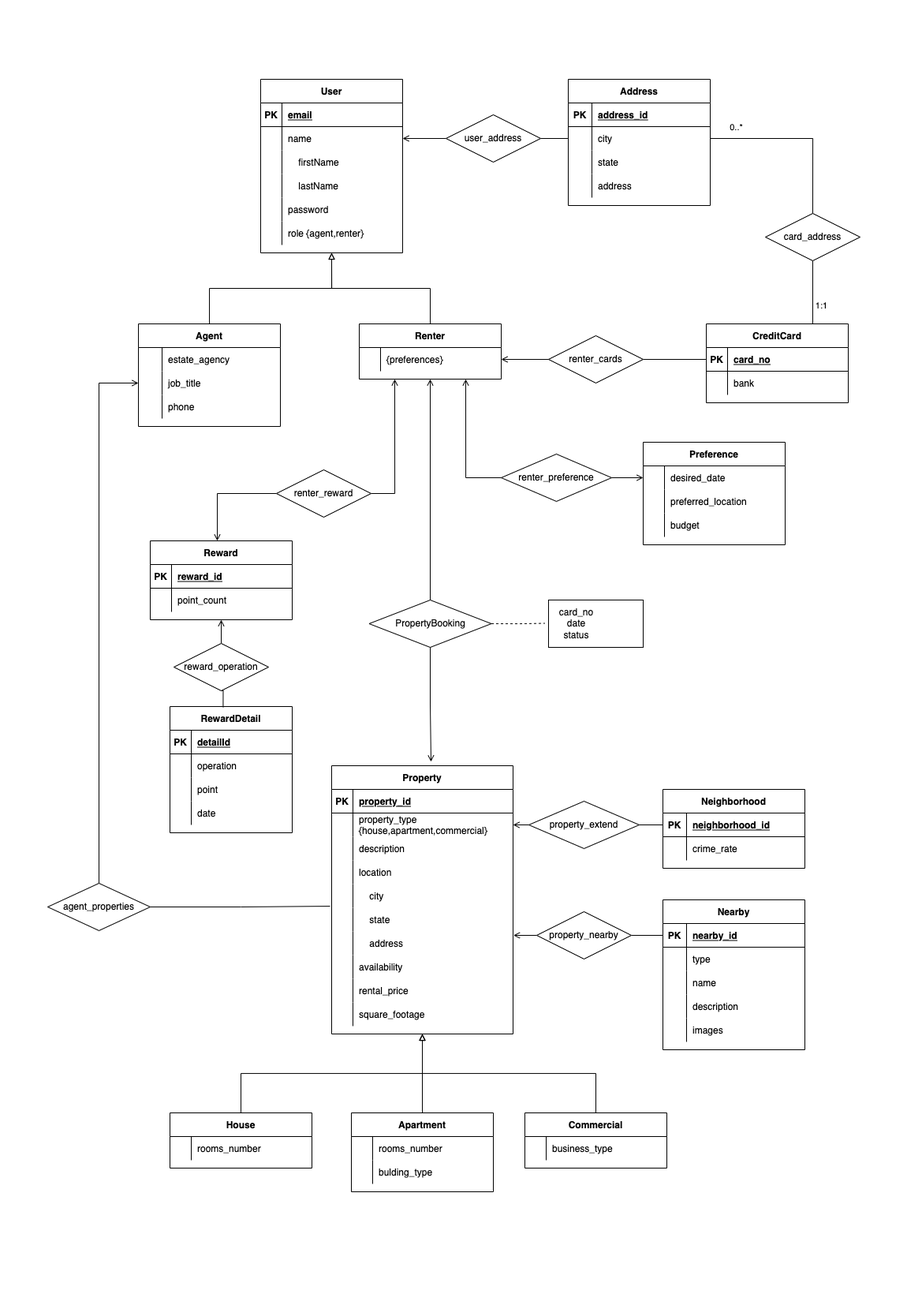
Before: real estate management-E-R Design.png, a diagram exported from draw.io (cyneck/cs425). Source tidied: cells renumbered, new cells last; positions are measured from the earlier drawing's top-left corner, leaving out a move shared by most shapes.
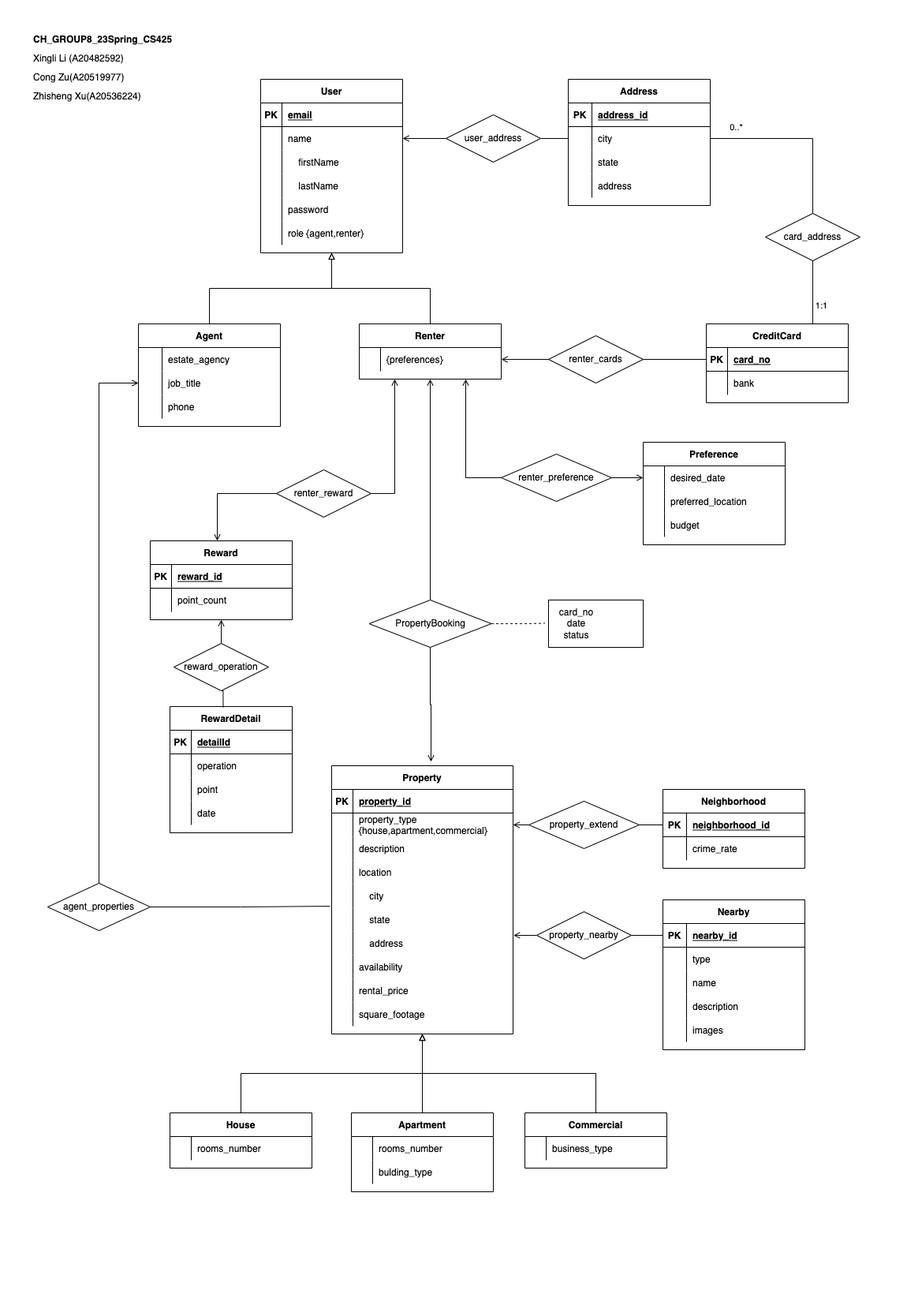
Later version of the same file.

Commit message:
add members' name in ER Design

What changed in the source:
```diff
@@ -590,5 +590,17 @@
     <mxCell id="193" value="card_no&lt;br&gt;date&lt;br&gt;status" style="text;html=1;align=center;verticalAlign=middle;strokeColor=none;fillColor=none;" parent="1" vertex="1">
       <mxGeometry x="640" y="665" width="60" height="50" as="geometry" />
     </mxCell>
+    <mxCell id="194" value="CH_GROUP8_23Spring_CS425" style="text;html=1;align=left;verticalAlign=middle;strokeColor=none;fillColor=none;fontStyle=1;" parent="1" vertex="1">
+      <mxGeometry x="-20" y="-60" width="190" height="20" as="geometry" />
+    </mxCell>
+    <mxCell id="195" value="Xingli Li (A20482592)" style="text;html=1;align=left;verticalAlign=middle;strokeColor=none;fillColor=none;" parent="1" vertex="1">
+      <mxGeometry x="-20" y="-36" width="130" height="20" as="geometry" />
+    </mxCell>
+    <mxCell id="196" value="Cong Zu(A20519977)" style="text;html=1;align=left;verticalAlign=middle;strokeColor=none;fillColor=none;" parent="1" vertex="1">
+      <mxGeometry x="-20" y="-12" width="130" height="20" as="geometry" />
+    </mxCell>
+    <mxCell id="197" value="Zhisheng Xu(A20536224)" style="text;html=1;align=left;verticalAlign=middle;strokeColor=none;fillColor=none;" parent="1" vertex="1">
+      <mxGeometry x="-20" y="12" width="150" height="20" as="geometry" />
+    </mxCell>
   </root>
 </mxGraphModel>
```
